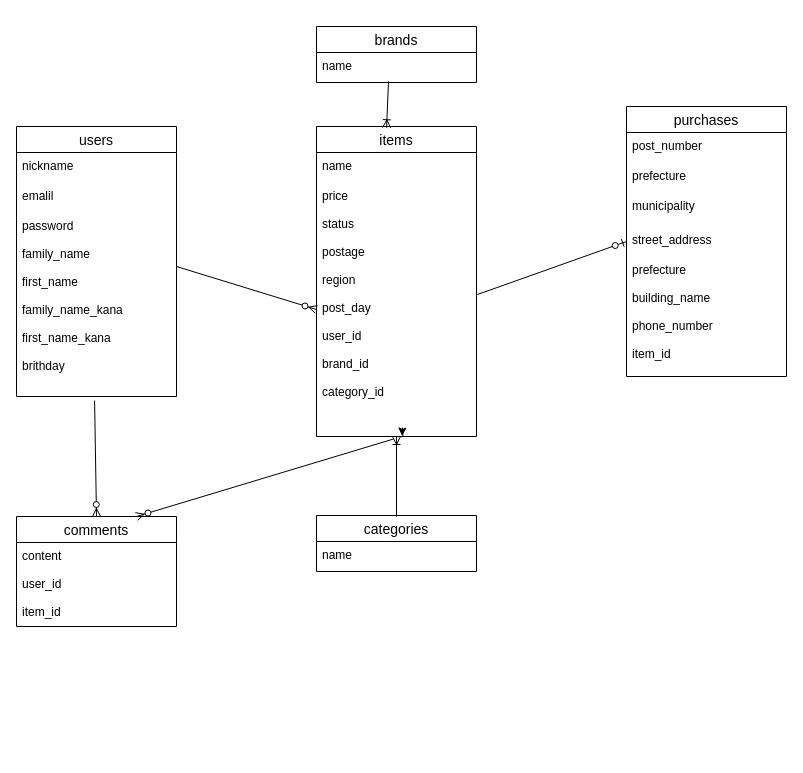
nickAJ286/furima-39262 keeps this draw.io diagram as ER.dio. Above is the earlier version. Source tidied: cells renumbered, new cells numbered last; positions are measured from the earlier drawing's top-left corner, leaving out a move shared by most shapes. Both pictures are drawn from the tidied source at 100%, with x=0, y=0 at pixel (16, 26).
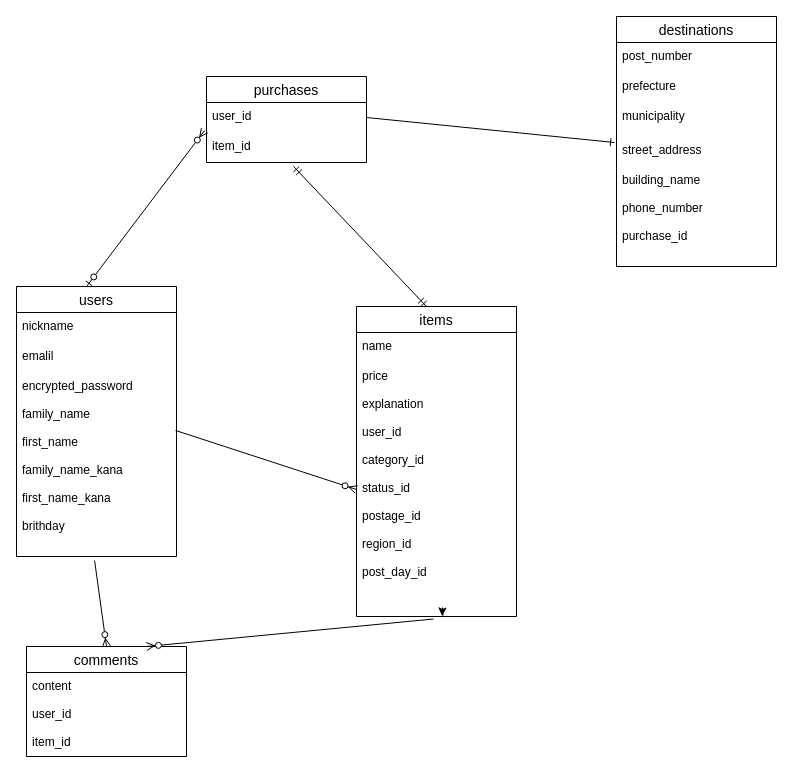
Above is the later version.

Commit message (it also covers changes not shown here):
DB設計の修正

The change refers to these unchanged cells:
```xml
<mxCell id="20" value="street_address" style="text;strokeColor=none;fillColor=none;spacingLeft=4;spacingRight=4;overflow=hidden;points=[[0,0.5],[1,0.5]];portConstraint=eastwest;fontSize=12;" parent="16" vertex="1">
  <mxGeometry y="120" width="160" height="30" as="geometry" />
</mxCell>
```

Change to the diagram source:
```diff
@@
     <mxCell id="2" value="users" style="swimlane;fontStyle=0;horizontal=1;startSize=26;align=center;fontSize=14;" parent="1" vertex="1">
-      <mxGeometry y="100" width="160" height="270" as="geometry" />
+      <mxGeometry y="260" width="160" height="270" as="geometry" />
     </mxCell>
@@
-    <mxCell id="5" value="password&#10;&#10;family_name&#10;&#10;first_name&#10;&#10;family_name_kana&#10;&#10;first_name_kana&#10;&#10;brithday" style="text;strokeColor=none;fillColor=none;spacingLeft=4;spacingRight=4;overflow=hidden;points=[[0,0.5],[1,0.5]];portConstraint=eastwest;fontSize=12;" parent="2" vertex="1">
+    <mxCell id="5" value="encrypted_password&#10;&#10;family_name&#10;&#10;first_name&#10;&#10;family_name_kana&#10;&#10;first_name_kana&#10;&#10;brithday" style="text;strokeColor=none;fillColor=none;spacingLeft=4;spacingRight=4;overflow=hidden;points=[[0,0.5],[1,0.5]];portConstraint=eastwest;fontSize=12;" parent="2" vertex="1">
       <mxGeometry y="86" width="160" height="184" as="geometry" />
     </mxCell>
     <mxCell id="6" value="items" style="swimlane;fontStyle=0;horizontal=1;startSize=26;align=center;fontSize=14;" parent="1" vertex="1">
-      <mxGeometry x="300" y="100" width="160" height="310" as="geometry" />
+      <mxGeometry x="340" y="280" width="160" height="310" as="geometry" />
     </mxCell>
@@
-    <mxCell id="9" value="price&#10;&#10;status&#10;&#10;postage&#10;&#10;region&#10;&#10;post_day&#10;&#10;user_id&#10;&#10;brand_id&#10;&#10;category_id&#10;" style="text;strokeColor=none;fillColor=none;spacingLeft=4;spacingRight=4;overflow=hidden;points=[[0,0.5],[1,0.5]];portConstraint=eastwest;fontSize=12;" parent="6" vertex="1">
+    <mxCell id="9" value="price&#10;&#10;explanation&#10;&#10;user_id&#10;&#10;category_id&#10;&#10;status_id&#10;&#10;postage_id&#10;&#10;region_id&#10;&#10;post_day_id&#10;&#10;&#10;" style="text;strokeColor=none;fillColor=none;spacingLeft=4;spacingRight=4;overflow=hidden;points=[[0,0.5],[1,0.5]];portConstraint=eastwest;fontSize=12;" parent="6" vertex="1">
       <mxGeometry y="56" width="160" height="254" as="geometry" />
     </mxCell>
-    <mxCell id="10" value="categories" style="swimlane;fontStyle=0;horizontal=1;startSize=26;align=center;fontSize=14;" parent="1" vertex="1">
-      <mxGeometry x="300" y="489" width="160" height="56" as="geometry" />
-    </mxCell>
-    <mxCell id="11" value="name" style="text;strokeColor=none;fillColor=none;spacingLeft=4;spacingRight=4;overflow=hidden;fontSize=12;" parent="10" vertex="1">
-      <mxGeometry y="26" width="160" height="30" as="geometry" />
-    </mxCell>
-    <mxCell id="12" value="brands" style="swimlane;fontStyle=0;horizontal=1;startSize=26;align=center;fontSize=14;" parent="1" vertex="1">
-      <mxGeometry x="300" width="160" height="56" as="geometry" />
-    </mxCell>
-    <mxCell id="13" value="name" style="text;strokeColor=none;fillColor=none;spacingLeft=4;spacingRight=4;overflow=hidden;points=[[0,0.5],[1,0.5]];portConstraint=eastwest;fontSize=12;" parent="12" vertex="1">
-      <mxGeometry y="26" width="160" height="30" as="geometry" />
-    </mxCell>
     <mxCell id="14" value="comments" style="swimlane;fontStyle=0;horizontal=1;startSize=26;align=center;fontSize=14;" parent="1" vertex="1">
-      <mxGeometry y="490" width="160" height="110" as="geometry" />
+      <mxGeometry x="10" y="620" width="160" height="110" as="geometry" />
     </mxCell>
@@
-    <mxCell id="16" value="purchases" style="swimlane;fontStyle=0;horizontal=1;startSize=26;align=center;fontSize=14;" parent="1" vertex="1">
-      <mxGeometry x="610" y="80" width="160" height="270" as="geometry" />
+    <mxCell id="16" value="destinations" style="swimlane;fontStyle=0;horizontal=1;startSize=26;align=center;fontSize=14;" parent="1" vertex="1">
+      <mxGeometry x="600" y="-10" width="160" height="250" as="geometry" />
     </mxCell>
@@
-    <mxCell id="21" value="prefecture&#10;&#10;building_name&#10;&#10;phone_number&#10;&#10;item_id" style="text;strokeColor=none;fillColor=none;spacingLeft=4;spacingRight=4;overflow=hidden;fontSize=12;" parent="16" vertex="1">
-      <mxGeometry y="150" width="160" height="120" as="geometry" />
+    <mxCell id="21" value="building_name&#10;&#10;phone_number&#10;&#10;purchase_id" style="text;strokeColor=none;fillColor=none;spacingLeft=4;spacingRight=4;overflow=hidden;fontSize=12;" parent="16" vertex="1">
+      <mxGeometry y="150" width="160" height="100" as="geometry" />
     </mxCell>
-    <mxCell id="22" style="fontSize=12;html=1;endArrow=ERzeroToMany;endFill=1;entryX=0;entryY=0.5;entryDx=0;entryDy=0;" parent="1" edge="1" target="9">
-      <mxGeometry relative="1" as="geometry">
-        <mxPoint x="160" y="240" as="sourcePoint" />
-      </mxGeometry>
+    <mxCell id="22" style="fontSize=12;html=1;endArrow=ERzeroToMany;endFill=1;entryX=0;entryY=0.5;entryDx=0;entryDy=0;exitX=0.994;exitY=0.315;exitDx=0;exitDy=0;exitPerimeter=0;" parent="1" edge="1" source="5" target="9">
+      <mxGeometry relative="1" as="geometry" />
     </mxCell>
@@
-    <mxCell id="24" style="fontSize=12;html=1;endArrow=ERzeroToOne;endFill=1;exitX=1.006;exitY=0.441;exitDx=0;exitDy=0;exitPerimeter=0;entryX=0;entryY=0.5;entryDx=0;entryDy=0;" parent="1" edge="1" source="9" target="20">
-      <mxGeometry relative="1" as="geometry" />
-    </mxCell>
@@
-    <mxCell id="26" style="fontSize=12;html=1;endArrow=ERoneToMany;exitX=0.45;exitY=0.967;exitDx=0;exitDy=0;exitPerimeter=0;entryX=0.438;entryY=0.004;entryDx=0;entryDy=0;entryPerimeter=0;" parent="1" edge="1" source="13" target="6">
-      <mxGeometry relative="1" as="geometry" />
-    </mxCell>
-    <mxCell id="27" style="fontSize=12;html=1;endArrow=ERoneToMany;exitX=0.5;exitY=0.018;exitDx=0;exitDy=0;exitPerimeter=0;" parent="1" edge="1" source="10" target="9">
-      <mxGeometry relative="1" as="geometry" />
-    </mxCell>
+    <mxCell id="28" value="purchases" style="swimlane;fontStyle=0;horizontal=1;startSize=26;align=center;fontSize=14;" parent="1" vertex="1">
+      <mxGeometry x="190" y="50" width="160" height="86" as="geometry" />
+    </mxCell>
+    <mxCell id="29" value="user_id" style="text;strokeColor=none;fillColor=none;spacingLeft=4;spacingRight=4;overflow=hidden;points=[[0,0.5],[1,0.5]];portConstraint=eastwest;fontSize=12;" parent="28" vertex="1">
+      <mxGeometry y="26" width="160" height="30" as="geometry" />
+    </mxCell>
+    <mxCell id="30" value="item_id" style="text;strokeColor=none;fillColor=none;spacingLeft=4;spacingRight=4;overflow=hidden;points=[[0,0.5],[1,0.5]];portConstraint=eastwest;fontSize=12;" parent="28" vertex="1">
+      <mxGeometry y="56" width="160" height="30" as="geometry" />
+    </mxCell>
+    <mxCell id="31" style="fontSize=12;html=1;endArrow=ERzeroToMany;startArrow=ERzeroToOne;entryX=-0.012;entryY=0.933;entryDx=0;entryDy=0;entryPerimeter=0;" parent="1" edge="1" target="29">
+      <mxGeometry relative="1" as="geometry">
+        <mxPoint x="70" y="260" as="sourcePoint" />
+      </mxGeometry>
+    </mxCell>
+    <mxCell id="32" style="fontSize=12;html=1;endArrow=ERmandOne;startArrow=ERmandOne;entryX=0.544;entryY=1.133;entryDx=0;entryDy=0;entryPerimeter=0;" parent="1" edge="1" target="30">
+      <mxGeometry relative="1" as="geometry">
+        <mxPoint x="410" y="280" as="sourcePoint" />
+      </mxGeometry>
+    </mxCell>
+    <mxCell id="33" style="fontSize=12;html=1;endArrow=ERone;endFill=1;entryX=-0.012;entryY=0.2;entryDx=0;entryDy=0;entryPerimeter=0;exitX=1;exitY=0.5;exitDx=0;exitDy=0;" parent="1" edge="1" source="29" target="20">
+      <mxGeometry relative="1" as="geometry" />
+    </mxCell>
```
